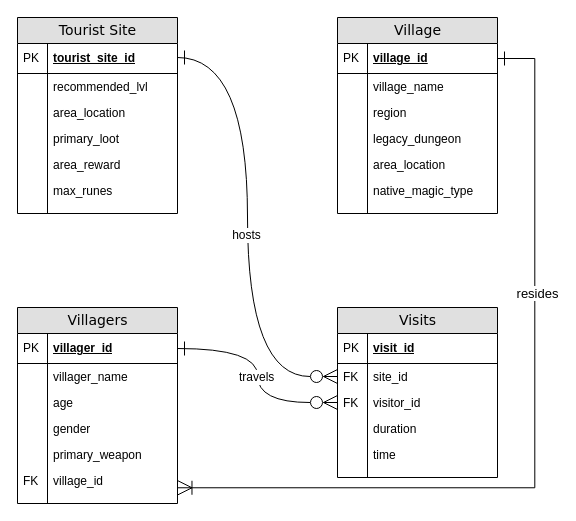
Earlier version of the draw.io diagram ELDEN RING ERD.drawio (patrickabrena/sql-assignment-3). Source tidied: cells renumbered, new cells numbered last; positions are measured from the earlier drawing's top-left corner, leaving out a move shared by most shapes. Both pictures are drawn from the tidied source at 100%, with x=0, y=0 at pixel (17, 17).
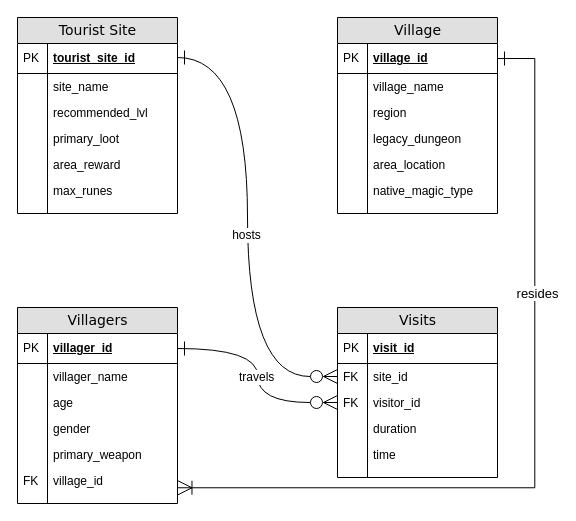
The same diagram, later.

Commit message:
fix table typos

The change refers to these unchanged cells:
```xml
<mxCell id="2" value="Tourist Site" style="swimlane;html=1;fontStyle=0;horizontal=1;startSize=26;fillColor=#e0e0e0;swimlaneFillColor=#ffffff;align=center;rounded=0;shadow=0;comic=0;labelBackgroundColor=none;strokeWidth=1;fontFamily=Verdana;fontSize=14;swimlaneLine=1;" parent="1" vertex="1">
  <mxGeometry width="160" height="196" as="geometry" />
</mxCell>
```

The edit, as a diff of the source:
```diff
@@
-    <mxCell id="5" value="&lt;div&gt;recommended_lvl&lt;/div&gt;&lt;div&gt;&lt;br&gt;&lt;/div&gt;" style="shape=partialRectangle;top=0;left=0;right=0;bottom=0;html=1;align=left;verticalAlign=top;fillColor=none;spacingLeft=34;spacingRight=4;whiteSpace=wrap;overflow=hidden;" parent="2" vertex="1">
+    <mxCell id="5" value="site_name" style="shape=partialRectangle;top=0;left=0;right=0;bottom=0;html=1;align=left;verticalAlign=top;fillColor=none;spacingLeft=34;spacingRight=4;whiteSpace=wrap;overflow=hidden;" parent="2" vertex="1">
       <mxGeometry y="56" width="160" height="26" as="geometry" />
     </mxCell>
@@
-    <mxCell id="7" value="area_location" style="shape=partialRectangle;top=0;left=0;right=0;bottom=0;html=1;align=left;verticalAlign=top;fillColor=none;spacingLeft=34;spacingRight=4;whiteSpace=wrap;overflow=hidden;" parent="2" vertex="1">
+    <mxCell id="7" value="recommended_lvl " style="shape=partialRectangle;top=0;left=0;right=0;bottom=0;html=1;align=left;verticalAlign=top;fillColor=none;spacingLeft=34;spacingRight=4;whiteSpace=wrap;overflow=hidden;" parent="2" vertex="1">
       <mxGeometry y="82" width="160" height="26" as="geometry" />
     </mxCell>
```
